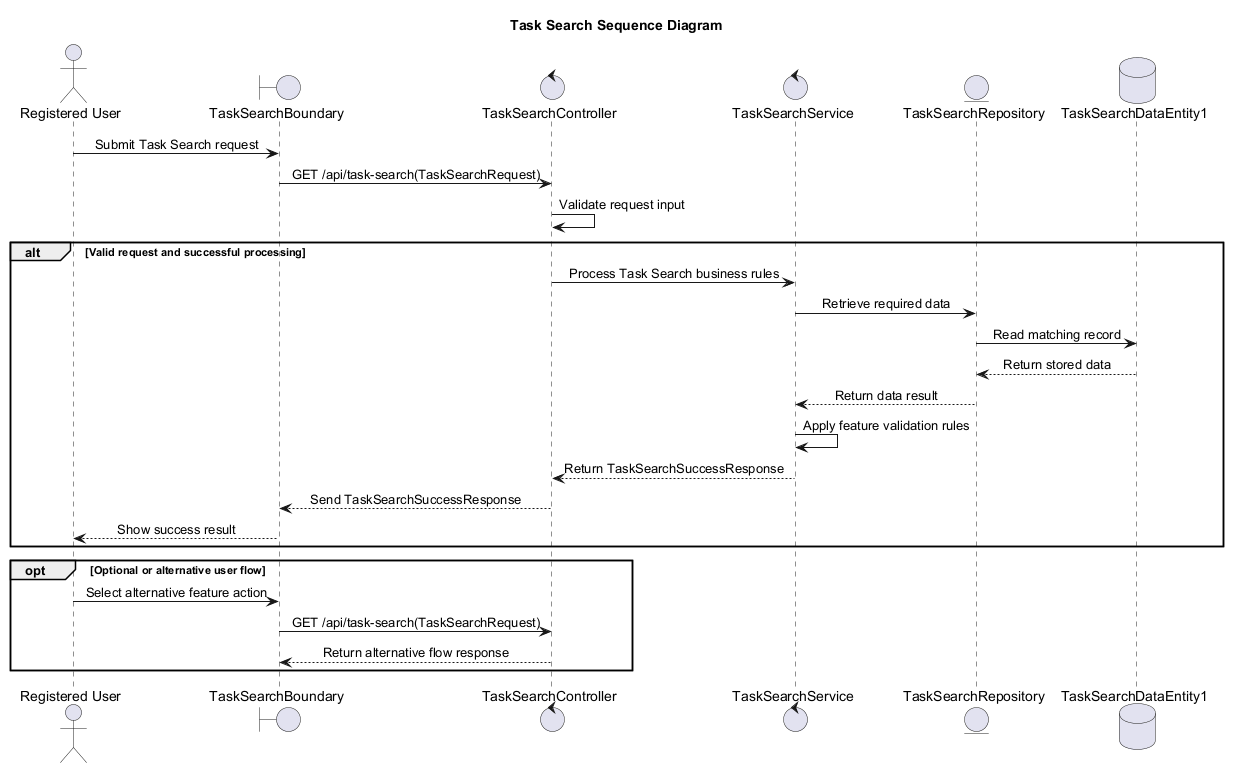
Earlier version of the PlantUML export services/agentic_service/outputs/taskflow/feature-task-search/03_architecture/task_search_sequence_v1.png (Dulneth210229/Auto-Forge-MAS). Its diagram source:
```plantuml
@startuml
skinparam shadowing false
skinparam sequenceMessageAlign center

title Task Search Sequence Diagram

actor "Registered User" as ACTOR_001
boundary "TaskSearchBoundary" as BOUNDARY_001
control "TaskSearchController" as CONTROL_001
control "TaskSearchService" as CONTROL_002
entity "TaskSearchRepository" as ENTITY_001
database "TaskSearchDataEntity1" as DATABASE_001

ACTOR_001 -> BOUNDARY_001: Submit Task Search request
BOUNDARY_001 -> CONTROL_001: GET /api/task-search(TaskSearchRequest)
CONTROL_001 -> CONTROL_001: Validate request input
alt Valid request and successful processing
CONTROL_001 -> CONTROL_002: Process Task Search business rules
CONTROL_002 -> ENTITY_001: Retrieve required data
ENTITY_001 -> DATABASE_001: Read matching record
DATABASE_001 --> ENTITY_001: Return stored data
ENTITY_001 --> CONTROL_002: Return data result
CONTROL_002 -> CONTROL_002: Apply feature validation rules
CONTROL_002 --> CONTROL_001: Return TaskSearchSuccessResponse
CONTROL_001 --> BOUNDARY_001: Send TaskSearchSuccessResponse
BOUNDARY_001 --> ACTOR_001: Show success result
end
opt Optional or alternative user flow
ACTOR_001 -> BOUNDARY_001: Select alternative feature action
BOUNDARY_001 -> CONTROL_001: GET /api/task-search(TaskSearchRequest)
CONTROL_001 --> BOUNDARY_001: Return alternative flow response
end

@enduml
```
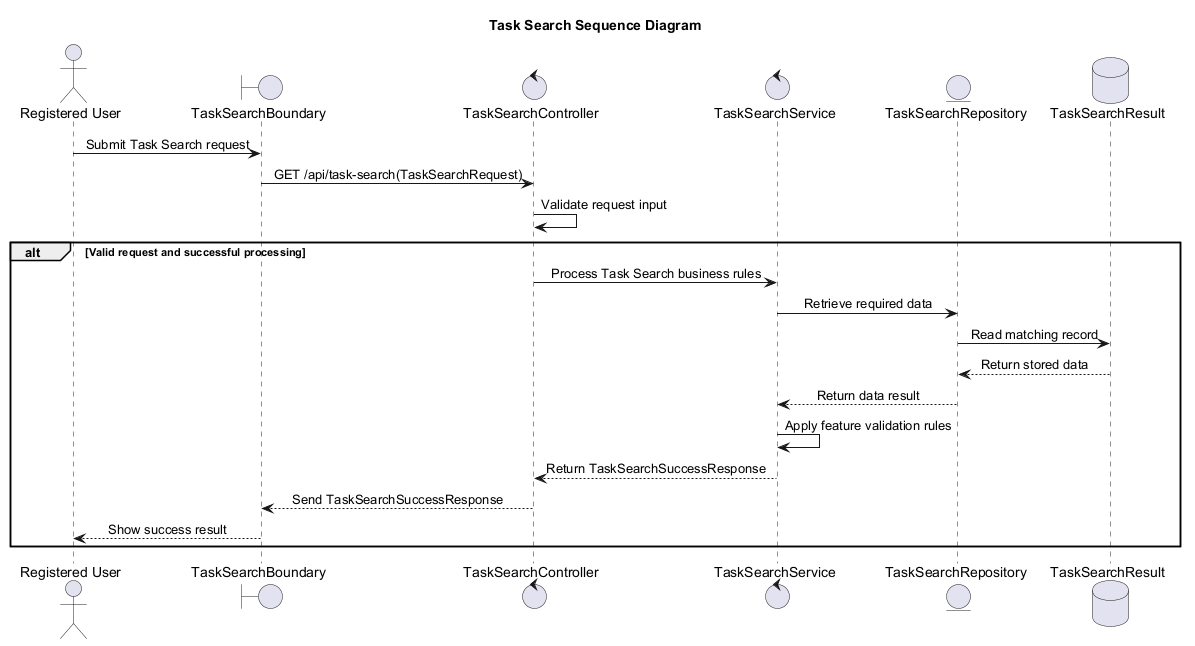
After the commit.

Diff of the diagram source:
```diff
@@ -9,7 +9,7 @@
 control "TaskSearchController" as CONTROL_001
 control "TaskSearchService" as CONTROL_002
 entity "TaskSearchRepository" as ENTITY_001
-database "TaskSearchDataEntity1" as DATABASE_001
+database "TaskSearchResult" as DATABASE_001
 
 ACTOR_001 -> BOUNDARY_001: Submit Task Search request
 BOUNDARY_001 -> CONTROL_001: GET /api/task-search(TaskSearchRequest)
@@ -25,10 +25,5 @@
 CONTROL_001 --> BOUNDARY_001: Send TaskSearchSuccessResponse
 BOUNDARY_001 --> ACTOR_001: Show success result
 end
-opt Optional or alternative user flow
-ACTOR_001 -> BOUNDARY_001: Select alternative feature action
-BOUNDARY_001 -> CONTROL_001: GET /api/task-search(TaskSearchRequest)
-CONTROL_001 --> BOUNDARY_001: Return alternative flow response
-end
 
 @enduml
```
